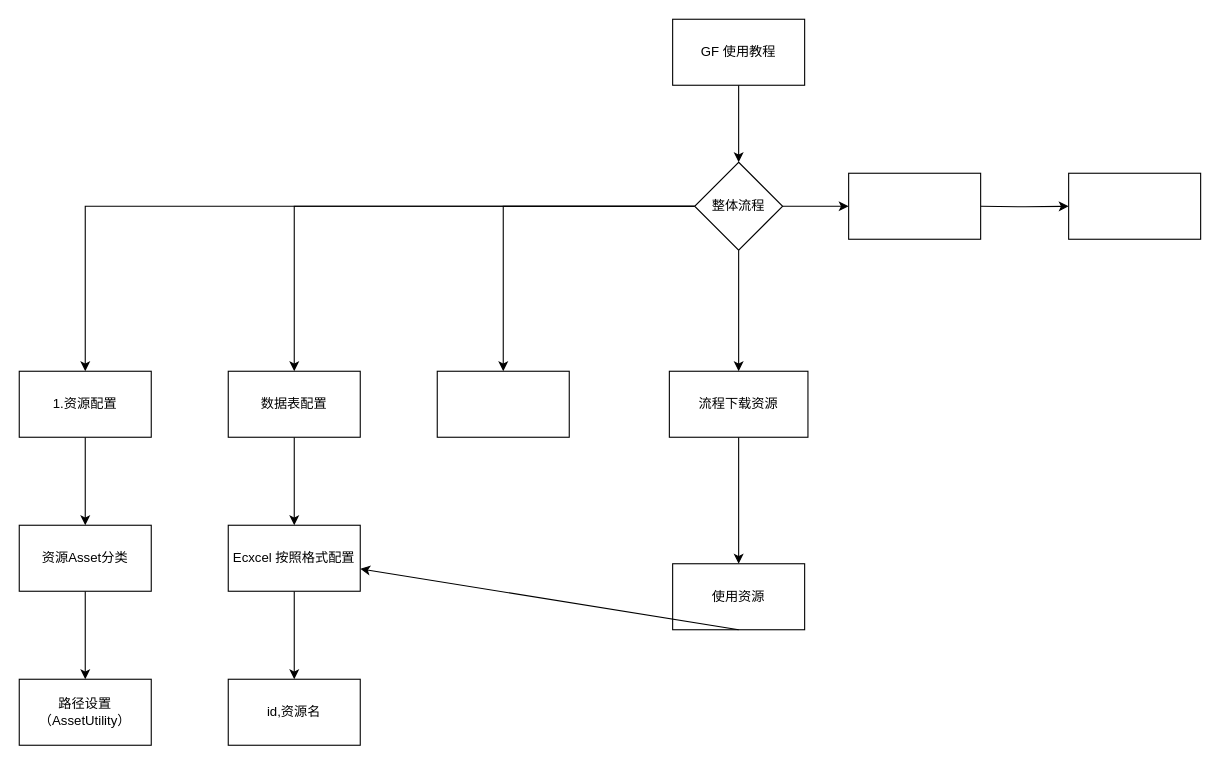
Before: GameFramework/GF 使用.drawio in xzp3094997376/DrawIO, a draw.io diagram. Source tidied: cells renumbered, new cells numbered last; positions are measured from the earlier drawing's top-left corner, leaving out a move shared by most shapes. Both pictures are drawn from the tidied source at 110%, with x=0, y=0 at pixel (19, 19).
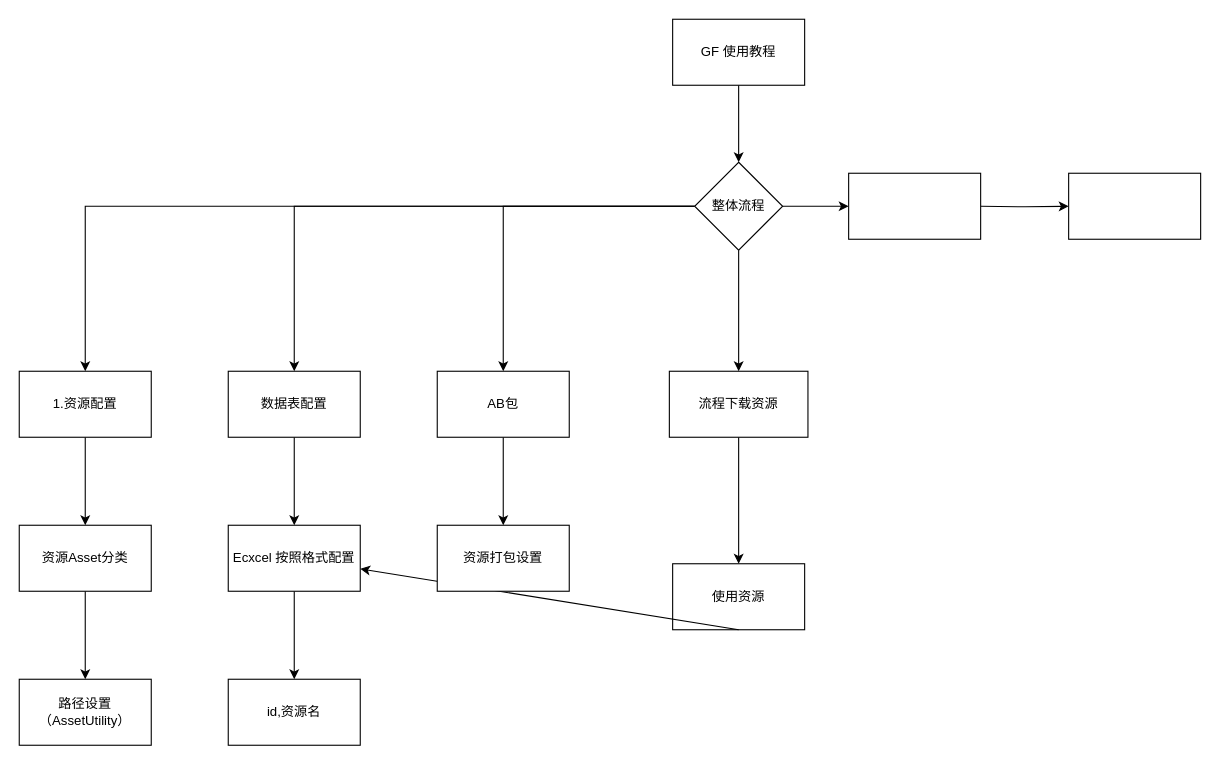
The same page after the edit.

Change to the diagram source:
```diff
@@
+    <mxCell id="28" style="edgeStyle=orthogonalEdgeStyle;rounded=0;jettySize=auto;html=1;" parent="1" edge="1" source="14" target="29">
+      <mxGeometry relative="1" as="geometry" />
+    </mxCell>
-    <mxCell id="14" style="whiteSpace=wrap;html=1;" parent="1" vertex="1">
+    <mxCell id="14" value="AB包" style="whiteSpace=wrap;html=1;" parent="1" vertex="1">
       <mxGeometry x="380" y="320" width="120" height="60" as="geometry" />
     </mxCell>
@@
+    <mxCell id="29" value="资源打包设置" style="whiteSpace=wrap;html=1;" parent="1" vertex="1">
+      <mxGeometry x="380" y="460" width="120" height="60" as="geometry" />
+    </mxCell>
```
